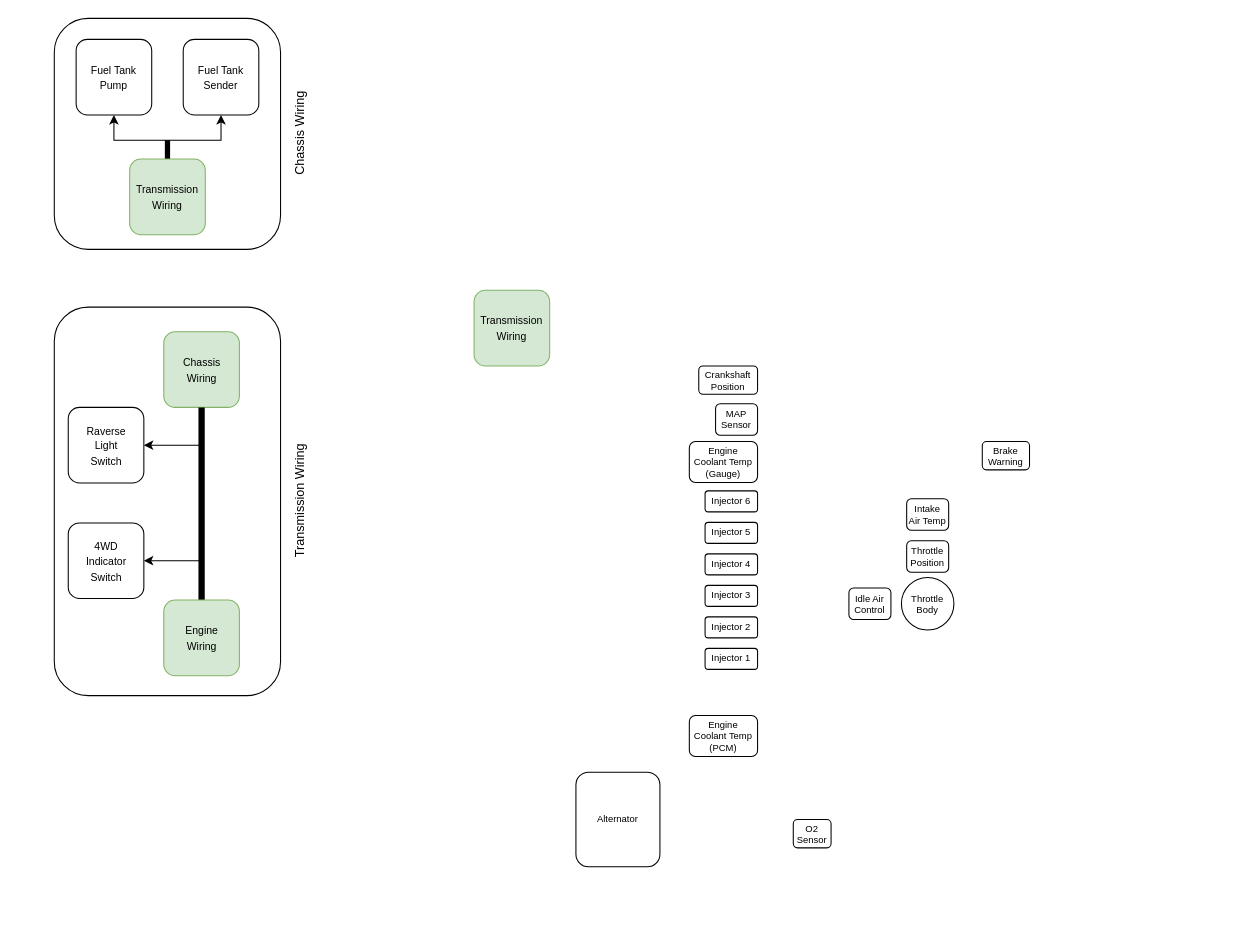
Earlier version of the draw.io diagram page "Engine Wiring 4.0L" (3 of 6) of Diagrams/Source Files/Electrical Systems and Harnesses.drawio (nilchaos/Project-Baryonyx). Source tidied: cells renumbered, new cells numbered last; positions are measured from the earlier drawing's top-left corner, leaving out a move shared by most shapes. Both pictures are drawn from the tidied source at 105%, with x=0, y=0 at pixel (54, 18).
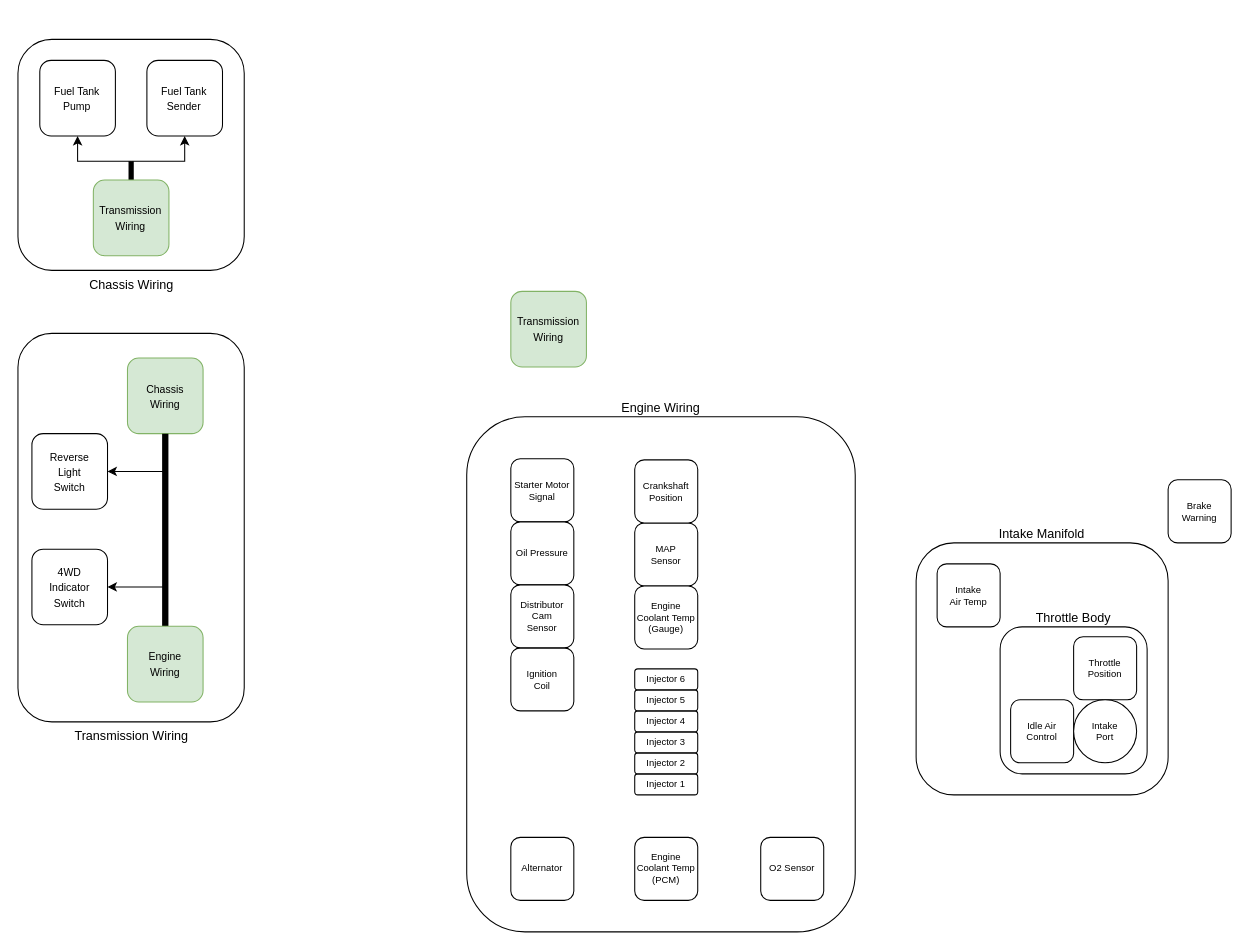
The same diagram, later.

What changed in the source:
```diff
@@
+    <mxCell id="37" value="Engine Wiring" style="rounded=1;whiteSpace=wrap;html=1;textDirection=ltr;labelPosition=center;verticalLabelPosition=top;align=center;verticalAlign=bottom;" parent="1" vertex="1">
+      <mxGeometry x="393" y="379.5" width="370" height="490.5" as="geometry" />
+    </mxCell>
+    <mxCell id="38" value="Intake Manifold" style="rounded=1;whiteSpace=wrap;html=1;fontSize=12;labelPosition=center;verticalLabelPosition=top;align=center;verticalAlign=bottom;" parent="1" vertex="1">
+      <mxGeometry x="821" y="499.5" width="240" height="240" as="geometry" />
+    </mxCell>
-    <mxCell id="2" style="rounded=1;whiteSpace=wrap;html=1;" parent="1" vertex="1">
-      <mxGeometry x="0.2" y="275" width="215.5" height="370" as="geometry" />
+    <mxCell id="2" value="Transmission Wiring" style="rounded=1;whiteSpace=wrap;html=1;textDirection=ltr;labelPosition=center;verticalLabelPosition=bottom;align=center;verticalAlign=top;" parent="1" vertex="1">
+      <mxGeometry x="-34.4" y="300" width="215.5" height="370" as="geometry" />
     </mxCell>
-    <mxCell id="3" style="rounded=1;whiteSpace=wrap;html=1;" parent="1" vertex="1">
-      <mxGeometry x="0.2" width="215.5" height="220" as="geometry" />
+    <mxCell id="3" value="Chassis Wiring" style="rounded=1;whiteSpace=wrap;html=1;labelPosition=center;verticalLabelPosition=bottom;align=center;verticalAlign=top;textDirection=ltr;" parent="1" vertex="1">
+      <mxGeometry x="-34.4" y="20" width="215.5" height="220" as="geometry" />
     </mxCell>
     <mxCell id="4" value="Alternator" style="rounded=1;whiteSpace=wrap;html=1;fontSize=9;" parent="1" vertex="1">
-      <mxGeometry x="497" y="718" width="80" height="90" as="geometry" />
+      <mxGeometry x="435" y="780" width="60" height="60" as="geometry" />
     </mxCell>
     <mxCell id="5" value="Injector 1" style="rounded=1;whiteSpace=wrap;html=1;fontSize=9;" parent="1" vertex="1">
-      <mxGeometry x="620" y="600" width="50" height="20" as="geometry" />
+      <mxGeometry x="553" y="719.5" width="60" height="20" as="geometry" />
     </mxCell>
     <mxCell id="6" value="Injector 2" style="rounded=1;whiteSpace=wrap;html=1;fontSize=9;" parent="1" vertex="1">
-      <mxGeometry x="620" y="570" width="50" height="20" as="geometry" />
+      <mxGeometry x="553" y="699.5" width="60" height="20" as="geometry" />
     </mxCell>
     <mxCell id="7" value="Injector 3" style="rounded=1;whiteSpace=wrap;html=1;fontSize=9;" parent="1" vertex="1">
-      <mxGeometry x="620" y="540" width="50" height="20" as="geometry" />
+      <mxGeometry x="553" y="679.5" width="60" height="20" as="geometry" />
     </mxCell>
     <mxCell id="8" value="Injector 4" style="rounded=1;whiteSpace=wrap;html=1;fontSize=9;" parent="1" vertex="1">
-      <mxGeometry x="620" y="510" width="50" height="20" as="geometry" />
+      <mxGeometry x="553" y="659.5" width="60" height="20" as="geometry" />
     </mxCell>
     <mxCell id="9" value="Injector 5" style="rounded=1;whiteSpace=wrap;html=1;fontSize=9;" parent="1" vertex="1">
-      <mxGeometry x="620" y="480" width="50" height="20" as="geometry" />
+      <mxGeometry x="553" y="639.5" width="60" height="20" as="geometry" />
     </mxCell>
     <mxCell id="10" value="Injector 6" style="rounded=1;whiteSpace=wrap;html=1;fontSize=9;" parent="1" vertex="1">
-      <mxGeometry x="620" y="450" width="50" height="20" as="geometry" />
+      <mxGeometry x="553" y="619.5" width="60" height="20" as="geometry" />
     </mxCell>
     <mxCell id="11" value="MAP&lt;div style=&quot;font-size: 9px;&quot;&gt;Sensor&lt;/div&gt;" style="rounded=1;whiteSpace=wrap;html=1;fontSize=9;" parent="1" vertex="1">
-      <mxGeometry x="630" y="367" width="40" height="30" as="geometry" />
+      <mxGeometry x="553" y="480.5" width="60" height="60" as="geometry" />
     </mxCell>
     <mxCell id="12" value="Intake&lt;br style=&quot;font-size: 9px;&quot;&gt;Air Temp" style="rounded=1;whiteSpace=wrap;html=1;fontSize=9;" parent="1" vertex="1">
-      <mxGeometry x="812" y="457.5" width="40" height="30" as="geometry" />
+      <mxGeometry x="841" y="519.5" width="60" height="60" as="geometry" />
     </mxCell>
-    <mxCell id="13" value="Idle Air&lt;div&gt;Control&lt;/div&gt;" style="rounded=1;whiteSpace=wrap;html=1;fontSize=9;" parent="1" vertex="1">
-      <mxGeometry x="757" y="542.5" width="40" height="30" as="geometry" />
-    </mxCell>
-    <mxCell id="14" value="Throttle&lt;br&gt;Position" style="rounded=1;whiteSpace=wrap;html=1;fontSize=9;" parent="1" vertex="1">
-      <mxGeometry x="812" y="497.5" width="40" height="30" as="geometry" />
-    </mxCell>
-    <mxCell id="15" value="Throttle&lt;div&gt;Body&lt;/div&gt;" style="ellipse;whiteSpace=wrap;html=1;fontSize=9;" parent="1" vertex="1">
-      <mxGeometry x="807" y="532.5" width="50" height="50" as="geometry" />
-    </mxCell>
     <mxCell id="16" value="Engine&lt;div&gt;Coolant Temp (Gauge)&lt;/div&gt;" style="rounded=1;whiteSpace=wrap;html=1;fontSize=9;" parent="1" vertex="1">
-      <mxGeometry x="605" y="403" width="65" height="39" as="geometry" />
+      <mxGeometry x="553" y="540.5" width="60" height="60" as="geometry" />
     </mxCell>
     <mxCell id="17" value="Engine&lt;div&gt;Coolant Temp (PCM)&lt;/div&gt;" style="rounded=1;whiteSpace=wrap;html=1;fontSize=9;" parent="1" vertex="1">
-      <mxGeometry x="605" y="664" width="65" height="39" as="geometry" />
+      <mxGeometry x="553" y="780" width="60" height="60" as="geometry" />
     </mxCell>
     <mxCell id="18" value="O2 Sensor" style="rounded=1;whiteSpace=wrap;html=1;fontSize=9;" parent="1" vertex="1">
-      <mxGeometry x="704" y="763" width="36" height="27" as="geometry" />
+      <mxGeometry x="673" y="780" width="60" height="60" as="geometry" />
     </mxCell>
     <mxCell id="19" value="Brake&lt;div&gt;Warning&lt;/div&gt;" style="rounded=1;whiteSpace=wrap;html=1;fontSize=9;" parent="1" vertex="1">
-      <mxGeometry x="884" y="403" width="45" height="27" as="geometry" />
+      <mxGeometry x="1061" y="439.5" width="60" height="60" as="geometry" />
     </mxCell>
     <mxCell id="20" value="Crankshaft Position" style="rounded=1;whiteSpace=wrap;html=1;fontSize=9;" parent="1" vertex="1">
-      <mxGeometry x="614" y="331" width="56" height="27" as="geometry" />
+      <mxGeometry x="553" y="420.5" width="60" height="60" as="geometry" />
     </mxCell>
     <mxCell id="21" value="&lt;font size=&quot;1&quot;&gt;Transmission Wiring&lt;/font&gt;" style="rounded=1;whiteSpace=wrap;html=1;fillColor=#d5e8d4;strokeColor=#82b366;" parent="1" vertex="1">
-      <mxGeometry x="400" y="259" width="72" height="72" as="geometry" />
+      <mxGeometry x="435" y="260" width="72" height="72" as="geometry" />
     </mxCell>
     <mxCell id="22" value="&lt;font size=&quot;1&quot;&gt;Chassis&lt;/font&gt;&lt;div&gt;&lt;font size=&quot;1&quot;&gt;Wiring&lt;/font&gt;&lt;/div&gt;" style="rounded=1;whiteSpace=wrap;html=1;fillColor=#d5e8d4;strokeColor=#82b366;" parent="1" vertex="1">
-      <mxGeometry x="104.5" y="298.5" width="72" height="72" as="geometry" />
+      <mxGeometry x="69.9" y="323.5" width="72" height="72" as="geometry" />
     </mxCell>
@@
     <mxCell id="26" value="&lt;font size=&quot;1&quot;&gt;Engine&lt;/font&gt;&lt;div&gt;&lt;font size=&quot;1&quot;&gt;Wiring&lt;/font&gt;&lt;/div&gt;" style="rounded=1;whiteSpace=wrap;html=1;fillColor=#d5e8d4;strokeColor=#82b366;" parent="1" vertex="1">
-      <mxGeometry x="104.5" y="554" width="72" height="72" as="geometry" />
+      <mxGeometry x="69.9" y="579" width="72" height="72" as="geometry" />
     </mxCell>
-    <mxCell id="27" value="&lt;font size=&quot;1&quot;&gt;Raverse&lt;/font&gt;&lt;div&gt;&lt;font size=&quot;1&quot;&gt;Light&lt;/font&gt;&lt;/div&gt;&lt;div&gt;&lt;font size=&quot;1&quot;&gt;Switch&lt;/font&gt;&lt;/div&gt;" style="rounded=1;whiteSpace=wrap;html=1;" parent="1" vertex="1">
-      <mxGeometry x="13.5" y="370.5" width="72" height="72" as="geometry" />
+    <mxCell id="27" value="&lt;font size=&quot;1&quot;&gt;Reverse&lt;/font&gt;&lt;div&gt;&lt;font size=&quot;1&quot;&gt;Light&lt;/font&gt;&lt;/div&gt;&lt;div&gt;&lt;font size=&quot;1&quot;&gt;Switch&lt;/font&gt;&lt;/div&gt;" style="rounded=1;whiteSpace=wrap;html=1;" parent="1" vertex="1">
+      <mxGeometry x="-21.1" y="395.5" width="72" height="72" as="geometry" />
     </mxCell>
     <mxCell id="28" value="&lt;font size=&quot;1&quot;&gt;4WD&lt;/font&gt;&lt;div&gt;&lt;font size=&quot;1&quot;&gt;Indicator Switch&lt;/font&gt;&lt;/div&gt;" style="rounded=1;whiteSpace=wrap;html=1;" parent="1" vertex="1">
-      <mxGeometry x="13.5" y="480.5" width="72" height="72" as="geometry" />
+      <mxGeometry x="-21.1" y="505.5" width="72" height="72" as="geometry" />
     </mxCell>
     <mxCell id="29" style="edgeStyle=orthogonalEdgeStyle;rounded=0;jettySize=auto;html=1;exitX=0.5;exitY=1;exitDx=0;exitDy=0;entryX=0.5;entryY=1;entryDx=0;entryDy=0;" parent="1" edge="1" target="32">
       <mxGeometry relative="1" as="geometry">
-        <mxPoint x="108" y="116" as="sourcePoint" />
+        <mxPoint x="73.4" y="136" as="sourcePoint" />
         <Array as="points">
-          <mxPoint x="57" y="116" />
+          <mxPoint x="22.4" y="136" />
         </Array>
       </mxGeometry>
     </mxCell>
     <mxCell id="30" style="edgeStyle=orthogonalEdgeStyle;rounded=0;jettySize=auto;html=1;exitX=0.5;exitY=0;exitDx=0;exitDy=0;entryX=0.5;entryY=1;entryDx=0;entryDy=0;endArrow=none;endFill=0;strokeWidth=5;" parent="1" edge="1" source="31">
       <mxGeometry relative="1" as="geometry">
-        <mxPoint x="108" y="116" as="targetPoint" />
+        <mxPoint x="73.4" y="136" as="targetPoint" />
       </mxGeometry>
     </mxCell>
     <mxCell id="31" value="&lt;font size=&quot;1&quot;&gt;Transmission Wiring&lt;/font&gt;" style="rounded=1;whiteSpace=wrap;html=1;fillColor=#d5e8d4;strokeColor=#82b366;" parent="1" vertex="1">
-      <mxGeometry x="72" y="134" width="72" height="72" as="geometry" />
+      <mxGeometry x="37.4" y="154" width="72" height="72" as="geometry" />
     </mxCell>
     <mxCell id="32" value="&lt;font size=&quot;1&quot;&gt;Fuel Tank Pump&lt;/font&gt;" style="rounded=1;whiteSpace=wrap;html=1;" parent="1" vertex="1">
-      <mxGeometry x="21" y="20" width="72" height="72" as="geometry" />
+      <mxGeometry x="-13.6" y="40" width="72" height="72" as="geometry" />
     </mxCell>
     <mxCell id="33" value="&lt;font size=&quot;1&quot;&gt;Fuel Tank Sender&lt;/font&gt;" style="rounded=1;whiteSpace=wrap;html=1;" parent="1" vertex="1">
-      <mxGeometry x="123" y="20" width="72" height="72" as="geometry" />
+      <mxGeometry x="88.4" y="40" width="72" height="72" as="geometry" />
     </mxCell>
     <mxCell id="34" style="edgeStyle=orthogonalEdgeStyle;rounded=0;jettySize=auto;html=1;entryX=0.5;entryY=1;entryDx=0;entryDy=0;" parent="1" edge="1" target="33">
       <mxGeometry relative="1" as="geometry">
-        <mxPoint x="108" y="116" as="sourcePoint" />
+        <mxPoint x="73.4" y="136" as="sourcePoint" />
         <Array as="points">
-          <mxPoint x="118" y="116" />
-          <mxPoint x="159" y="116" />
+          <mxPoint x="83.4" y="136" />
+          <mxPoint x="124.4" y="136" />
         </Array>
       </mxGeometry>
     </mxCell>
-    <mxCell id="35" value="Transmission Wiring" style="text;html=1;align=center;verticalAlign=middle;strokeColor=none;fillColor=none;rotation=-90;" parent="1" vertex="1">
-      <mxGeometry x="170" y="445" width="130" height="30" as="geometry" />
-    </mxCell>
-    <mxCell id="36" value="Chassis Wiring" style="text;html=1;align=center;verticalAlign=middle;strokeColor=none;fillColor=none;rotation=-90;" parent="1" vertex="1">
-      <mxGeometry x="185" y="95" width="100" height="30" as="geometry" />
-    </mxCell>
+    <mxCell id="39" value="Starter Motor&lt;div&gt;Signal&lt;/div&gt;" style="rounded=1;whiteSpace=wrap;html=1;fontSize=9;" parent="1" vertex="1">
+      <mxGeometry x="435" y="419.5" width="60" height="60" as="geometry" />
+    </mxCell>
+    <mxCell id="40" value="Oil Pressure" style="rounded=1;whiteSpace=wrap;html=1;fontSize=9;" parent="1" vertex="1">
+      <mxGeometry x="435" y="479.5" width="60" height="60" as="geometry" />
+    </mxCell>
+    <mxCell id="41" value="Ignition&lt;div&gt;Coil&lt;/div&gt;" style="rounded=1;whiteSpace=wrap;html=1;fontSize=9;" parent="1" vertex="1">
+      <mxGeometry x="435" y="599.5" width="60" height="60" as="geometry" />
+    </mxCell>
+    <mxCell id="42" value="Distributor&lt;div&gt;Cam&lt;/div&gt;&lt;div&gt;Sensor&lt;/div&gt;" style="rounded=1;whiteSpace=wrap;html=1;fontSize=9;" parent="1" vertex="1">
+      <mxGeometry x="435" y="539.5" width="60" height="60" as="geometry" />
+    </mxCell>
+    <mxCell id="43" value="Throttle Body" style="rounded=1;whiteSpace=wrap;html=1;fontSize=12;labelPosition=center;verticalLabelPosition=top;align=center;verticalAlign=bottom;" parent="1" vertex="1">
+      <mxGeometry x="901" y="579.5" width="140" height="140" as="geometry" />
+    </mxCell>
+    <mxCell id="13" value="Idle Air&lt;div&gt;Control&lt;/div&gt;" style="rounded=1;whiteSpace=wrap;html=1;fontSize=9;" parent="1" vertex="1">
+      <mxGeometry x="911" y="649" width="60" height="60" as="geometry" />
+    </mxCell>
+    <mxCell id="14" value="Throttle&lt;br&gt;Position" style="rounded=1;whiteSpace=wrap;html=1;fontSize=9;" parent="1" vertex="1">
+      <mxGeometry x="971" y="589" width="60" height="60" as="geometry" />
+    </mxCell>
+    <mxCell id="15" value="Intake&lt;div&gt;Port&lt;/div&gt;" style="ellipse;whiteSpace=wrap;html=1;fontSize=9;" parent="1" vertex="1">
+      <mxGeometry x="971" y="649" width="60" height="60" as="geometry" />
+    </mxCell>
```
